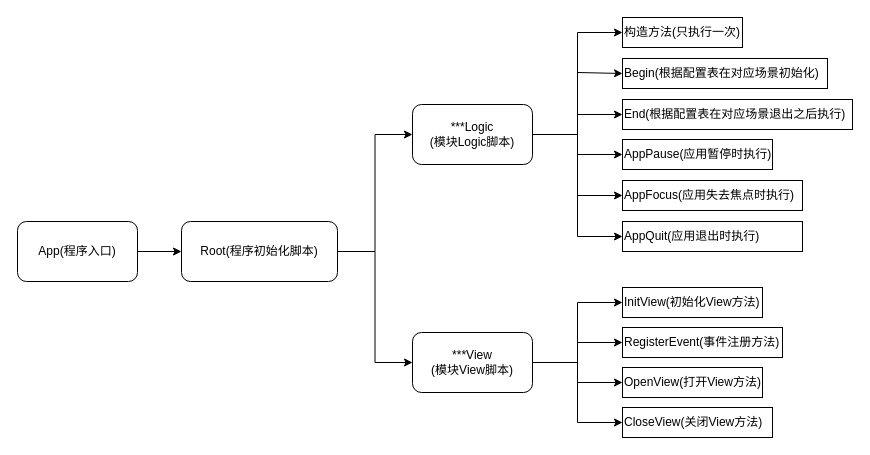
The draw.io diagram page "App流程图" (1 of 3) of 框架设计流程图.drawio in Josh-Jun/UnityAppFramework, before the edit. Source tidied: cells renumbered, new cells numbered last; positions are measured from the earlier drawing's top-left corner, leaving out a move shared by most shapes. Both pictures are drawn from the tidied source at 100%, with x=0, y=0 at pixel (17, 17).
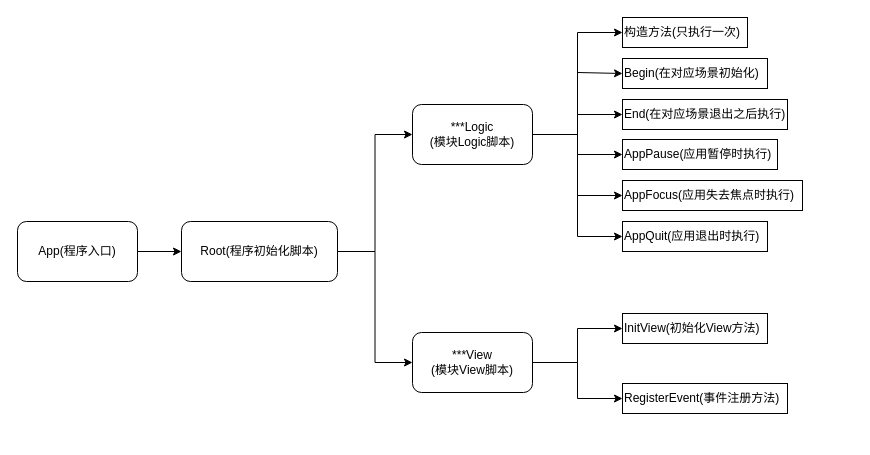
After the change.

Unchanged cells that the change refers to:
```xml
<mxCell id="13" value="***Logic&lt;br&gt;(模块Logic脚本)" style="whiteSpace=wrap;html=1;rounded=1;" parent="1" vertex="1">
  <mxGeometry x="395" y="87" width="120" height="60" as="geometry" />
</mxCell>
<mxCell id="18" value="***View&lt;br&gt;(模块View脚本)" style="rounded=1;whiteSpace=wrap;html=1;" parent="1" vertex="1">
  <mxGeometry x="395" y="315" width="120" height="60" as="geometry" />
</mxCell>
```

What changed in the source:
```diff
@@
-    <mxCell id="7" style="edgeStyle=orthogonalEdgeStyle;rounded=0;jettySize=auto;html=1;entryX=0;entryY=0.5;entryDx=0;entryDy=0;" parent="1" edge="1" target="20">
-      <mxGeometry relative="1" as="geometry">
-        <mxPoint x="520" y="117" as="sourcePoint" />
-        <Array as="points">
-          <mxPoint x="560" y="117" />
-          <mxPoint x="560" y="55" />
-        </Array>
-      </mxGeometry>
-    </mxCell>
-    <mxCell id="8" style="edgeStyle=orthogonalEdgeStyle;rounded=0;jettySize=auto;html=1;" parent="1" edge="1" source="13" target="21">
-      <mxGeometry relative="1" as="geometry" />
-    </mxCell>
+    <mxCell id="29" style="edgeStyle=orthogonalEdgeStyle;rounded=0;jettySize=auto;html=1;entryX=0;entryY=0.5;entryDx=0;entryDy=0;" parent="1" edge="1" target="31">
+      <mxGeometry relative="1" as="geometry">
+        <mxPoint x="520" y="117" as="sourcePoint" />
+        <Array as="points">
+          <mxPoint x="560" y="117" />
+          <mxPoint x="560" y="55" />
+        </Array>
+      </mxGeometry>
+    </mxCell>
+    <mxCell id="30" style="edgeStyle=orthogonalEdgeStyle;rounded=0;jettySize=auto;html=1;" parent="1" edge="1" source="13" target="32">
+      <mxGeometry relative="1" as="geometry" />
+    </mxCell>
@@
-    <mxCell id="16" style="edgeStyle=orthogonalEdgeStyle;rounded=0;jettySize=auto;html=1;entryX=0;entryY=0.5;entryDx=0;entryDy=0;" parent="1" edge="1" source="18" target="27">
-      <mxGeometry relative="1" as="geometry" />
-    </mxCell>
-    <mxCell id="17" style="edgeStyle=orthogonalEdgeStyle;rounded=0;jettySize=auto;html=1;entryX=0;entryY=0.5;entryDx=0;entryDy=0;" parent="1" edge="1" source="18" target="28">
-      <mxGeometry relative="1" as="geometry" />
-    </mxCell>
@@
     <mxCell id="19" value="构造方法(只执行一次)" style="whiteSpace=wrap;html=1;rounded=0;align=left;" parent="1" vertex="1">
-      <mxGeometry x="605" width="120" height="30" as="geometry" />
+      <mxGeometry x="605" width="125" height="30" as="geometry" />
     </mxCell>
-    <mxCell id="20" value="Begin(根据配置表在对应场景初始化)" style="whiteSpace=wrap;html=1;rounded=0;align=left;" parent="1" vertex="1">
-      <mxGeometry x="605" y="41" width="205" height="30" as="geometry" />
-    </mxCell>
-    <mxCell id="21" value="End(根据配置表在对应场景退出之后执行)" style="whiteSpace=wrap;html=1;rounded=0;align=left;" parent="1" vertex="1">
-      <mxGeometry x="605" y="82" width="230" height="30" as="geometry" />
-    </mxCell>
+    <mxCell id="31" value="Begin(在对应场景初始化)" style="whiteSpace=wrap;html=1;rounded=0;align=left;" parent="1" vertex="1">
+      <mxGeometry x="605" y="41" width="145" height="30" as="geometry" />
+    </mxCell>
+    <mxCell id="32" value="End(在对应场景退出之后执行)" style="whiteSpace=wrap;html=1;rounded=0;align=left;" parent="1" vertex="1">
+      <mxGeometry x="605" y="82" width="165" height="30" as="geometry" />
+    </mxCell>
     <mxCell id="22" value="AppPause(应用暂停时执行)" style="whiteSpace=wrap;html=1;rounded=0;align=left;" parent="1" vertex="1">
-      <mxGeometry x="605" y="122" width="150" height="30" as="geometry" />
+      <mxGeometry x="605" y="122" width="155" height="30" as="geometry" />
     </mxCell>
@@
     <mxCell id="24" value="AppQuit(应用退出时执行)" style="whiteSpace=wrap;html=1;rounded=0;align=left;" parent="1" vertex="1">
-      <mxGeometry x="605" y="204" width="180" height="30" as="geometry" />
+      <mxGeometry x="605" y="204" width="145" height="30" as="geometry" />
     </mxCell>
     <mxCell id="25" value="InitView(初始化View方法)" style="whiteSpace=wrap;html=1;rounded=0;align=left;" parent="1" vertex="1">
-      <mxGeometry x="605" y="270" width="140" height="30" as="geometry" />
+      <mxGeometry x="605" y="296" width="145" height="30" as="geometry" />
     </mxCell>
     <mxCell id="26" value="RegisterEvent(事件注册方法)" style="whiteSpace=wrap;html=1;rounded=0;align=left;" parent="1" vertex="1">
-      <mxGeometry x="605" y="310" width="160" height="30" as="geometry" />
+      <mxGeometry x="605" y="366" width="165" height="30" as="geometry" />
     </mxCell>
-    <mxCell id="27" value="OpenView(打开View方法)" style="whiteSpace=wrap;html=1;rounded=0;align=left;" parent="1" vertex="1">
-      <mxGeometry x="605" y="350" width="140" height="30" as="geometry" />
-    </mxCell>
-    <mxCell id="28" value="CloseView(关闭View方法)" style="whiteSpace=wrap;html=1;rounded=0;align=left;" parent="1" vertex="1">
-      <mxGeometry x="605" y="390" width="150" height="30" as="geometry" />
-    </mxCell>
```
